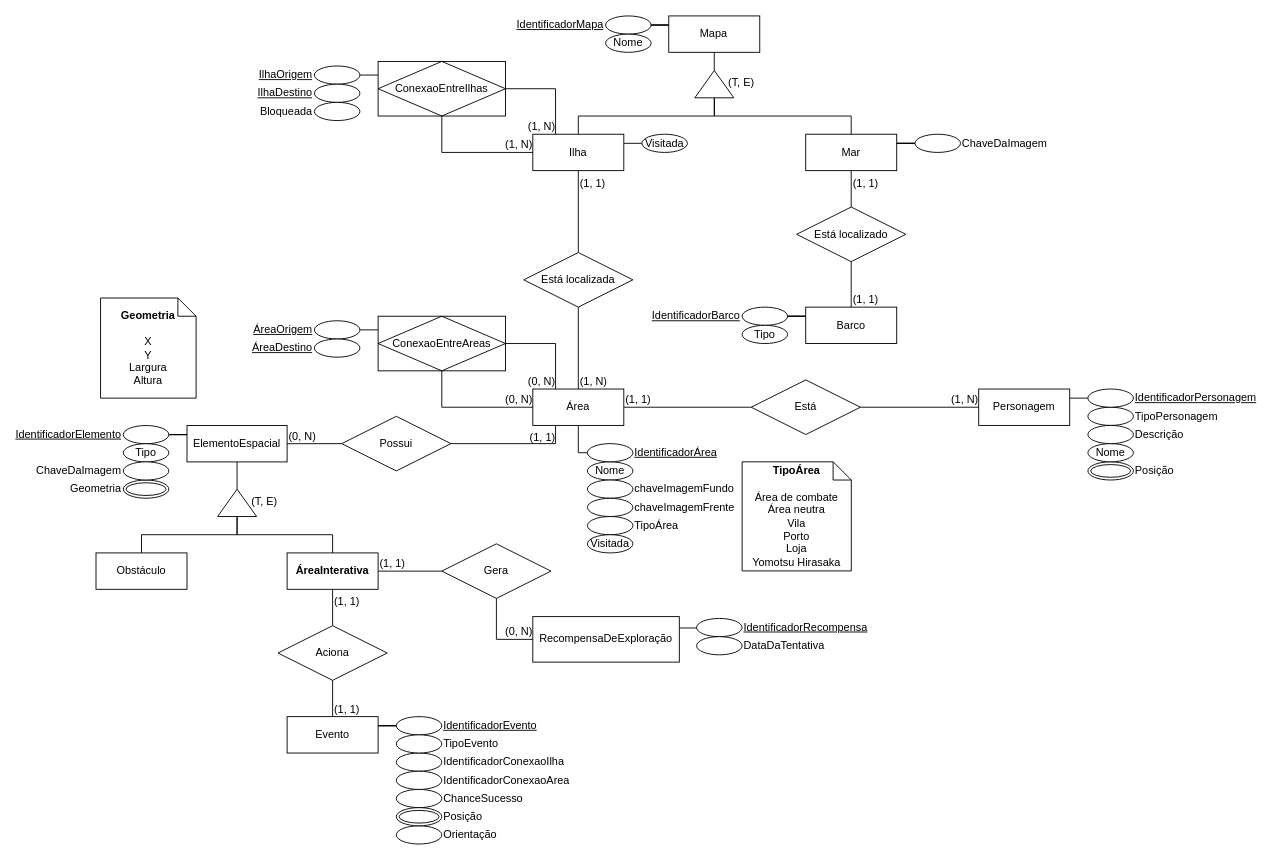
Earlier version of the draw.io diagram docs/assets/drawio/diagrama-entidade-relacionamento-mapa.drawio (SBD1/2025.1-Marventura). Source tidied: cells renumbered, new cells numbered last; positions are measured from the earlier drawing's top-left corner, leaving out a move shared by most shapes. Both pictures are drawn from the tidied source at 91%, with x=0, y=0 at pixel (96, 15).
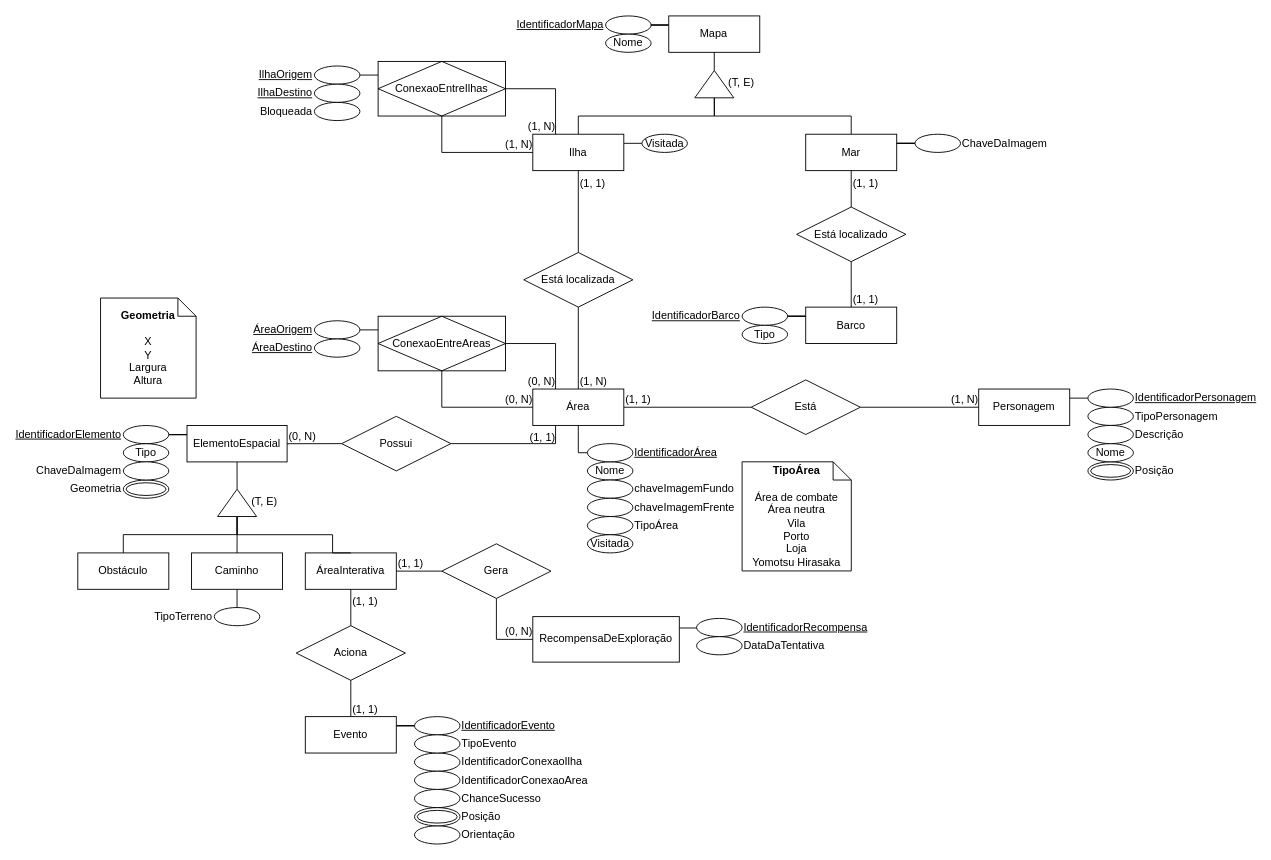
Above is the later version.

Commit message (it also covers changes not shown here):
Adição da nova versão diagrama entidade-relacionamento do mapa

The change refers to these unchanged cells:
```xml
<mxCell id="33" style="verticalLabelPosition=bottom;verticalAlign=top;html=1;shape=mxgraph.basic.acute_triangle;dx=0.5;" parent="31" vertex="1">
  <mxGeometry width="42.9" height="30" as="geometry" />
</mxCell>
```

What changed in the source:
```diff
@@
     <mxCell id="27" value="Obstáculo" style="whiteSpace=wrap;html=1;align=center;" parent="1" vertex="1">
-      <mxGeometry y="590.1" width="100" height="40" as="geometry" />
+      <mxGeometry x="-20" y="590.1" width="100" height="40" as="geometry" />
     </mxCell>
-    <mxCell id="28" value="&lt;span style=&quot;font-weight: 700;&quot;&gt;ÁreaInterativa&lt;/span&gt;" style="whiteSpace=wrap;html=1;align=center;" parent="1" vertex="1">
-      <mxGeometry x="210" y="590.1" width="100" height="40" as="geometry" />
+    <mxCell id="28" value="ÁreaInterativa" style="whiteSpace=wrap;html=1;align=center;" parent="1" vertex="1">
+      <mxGeometry x="230" y="590.1" width="100" height="40" as="geometry" />
     </mxCell>
     <mxCell id="29" style="edgeStyle=orthogonalEdgeStyle;rounded=0;jettySize=auto;html=1;exitX=0.5;exitY=0;exitDx=0;exitDy=0;entryX=0.5;entryY=1;entryDx=0;entryDy=0;entryPerimeter=0;endArrow=none;startFill=0;" parent="1" edge="1" source="27" target="33">
       <mxGeometry relative="1" as="geometry">
         <Array as="points">
-          <mxPoint x="50" y="570.1" />
-          <mxPoint x="155" y="570.1" />
+          <mxPoint x="30" y="570" />
+          <mxPoint x="155" y="570" />
         </Array>
       </mxGeometry>
     </mxCell>
@@
     <mxCell id="35" value="IdentificadorEvento" style="ellipse;whiteSpace=wrap;html=1;align=left;labelPosition=right;verticalLabelPosition=middle;verticalAlign=middle;fontStyle=4;" parent="1" vertex="1">
-      <mxGeometry x="330" y="770" width="50" height="20" as="geometry" />
+      <mxGeometry x="350" y="770" width="50" height="20" as="geometry" />
     </mxCell>
@@
     <mxCell id="83" value="IdentificadorConexaoIlha " style="ellipse;whiteSpace=wrap;html=1;align=left;labelPosition=right;verticalLabelPosition=middle;verticalAlign=middle;" parent="1" vertex="1">
-      <mxGeometry x="330" y="810" width="50" height="20" as="geometry" />
+      <mxGeometry x="350" y="810" width="50" height="20" as="geometry" />
     </mxCell>
     <mxCell id="84" value="ChanceSucesso" style="ellipse;whiteSpace=wrap;html=1;align=left;labelPosition=right;verticalLabelPosition=middle;verticalAlign=middle;" parent="1" vertex="1">
-      <mxGeometry x="330" y="850" width="50" height="20" as="geometry" />
+      <mxGeometry x="350" y="850" width="50" height="20" as="geometry" />
     </mxCell>
     <mxCell id="85" value="Orientação" style="ellipse;whiteSpace=wrap;html=1;align=left;labelPosition=right;verticalLabelPosition=middle;verticalAlign=middle;" parent="1" vertex="1">
-      <mxGeometry x="330" y="890" width="50" height="20" as="geometry" />
+      <mxGeometry x="350" y="890" width="50" height="20" as="geometry" />
     </mxCell>
@@
     <mxCell id="100" value="Aciona" style="shape=rhombus;perimeter=rhombusPerimeter;whiteSpace=wrap;html=1;align=center;" parent="1" vertex="1">
-      <mxGeometry x="200" y="670.1" width="120" height="60" as="geometry" />
+      <mxGeometry x="220" y="670.1" width="120" height="60" as="geometry" />
     </mxCell>
     <mxCell id="101" value="Evento" style="whiteSpace=wrap;html=1;align=center;" parent="1" vertex="1">
-      <mxGeometry x="210" y="770" width="100" height="40" as="geometry" />
+      <mxGeometry x="230" y="770" width="100" height="40" as="geometry" />
     </mxCell>
@@
     <mxCell id="106" value="IdentificadorConexaoArea " style="ellipse;whiteSpace=wrap;html=1;align=left;labelPosition=right;verticalLabelPosition=middle;verticalAlign=middle;" parent="1" vertex="1">
-      <mxGeometry x="330" y="830" width="50" height="20" as="geometry" />
+      <mxGeometry x="350" y="830" width="50" height="20" as="geometry" />
     </mxCell>
     <mxCell id="107" value="TipoEvento" style="ellipse;whiteSpace=wrap;html=1;align=left;labelPosition=right;verticalLabelPosition=middle;verticalAlign=middle;" parent="1" vertex="1">
-      <mxGeometry x="330" y="790" width="50" height="20" as="geometry" />
+      <mxGeometry x="350" y="790" width="50" height="20" as="geometry" />
     </mxCell>
@@
     <mxCell id="109" value="Posição" style="ellipse;shape=doubleEllipse;margin=3;whiteSpace=wrap;html=1;align=left;labelPosition=right;verticalLabelPosition=middle;verticalAlign=middle;" parent="1" vertex="1">
-      <mxGeometry x="330" y="870" width="50" height="20" as="geometry" />
+      <mxGeometry x="350" y="870" width="50" height="20" as="geometry" />
     </mxCell>
@@
+    <mxCell id="114" value="Caminho" style="whiteSpace=wrap;html=1;align=center;" parent="1" vertex="1">
+      <mxGeometry x="105" y="590.1" width="100" height="40" as="geometry" />
+    </mxCell>
+    <mxCell id="115" style="edgeStyle=orthogonalEdgeStyle;rounded=0;jettySize=auto;html=1;exitX=0.5;exitY=0;exitDx=0;exitDy=0;entryX=0.5;entryY=1;entryDx=0;entryDy=0;entryPerimeter=0;endArrow=none;startFill=0;" parent="1" edge="1" source="114" target="33">
+      <mxGeometry relative="1" as="geometry" />
+    </mxCell>
+    <mxCell id="116" style="edgeStyle=orthogonalEdgeStyle;rounded=0;jettySize=auto;html=1;exitX=0.5;exitY=0;exitDx=0;exitDy=0;entryX=0.5;entryY=1;entryDx=0;entryDy=0;endArrow=none;startFill=0;" parent="1" edge="1" source="117" target="114">
+      <mxGeometry relative="1" as="geometry" />
+    </mxCell>
+    <mxCell id="117" value="TipoTerreno" style="ellipse;whiteSpace=wrap;html=1;align=right;labelPosition=left;verticalLabelPosition=middle;verticalAlign=middle;" parent="1" vertex="1">
+      <mxGeometry x="130" y="650.1" width="50" height="20" as="geometry" />
+    </mxCell>
```
